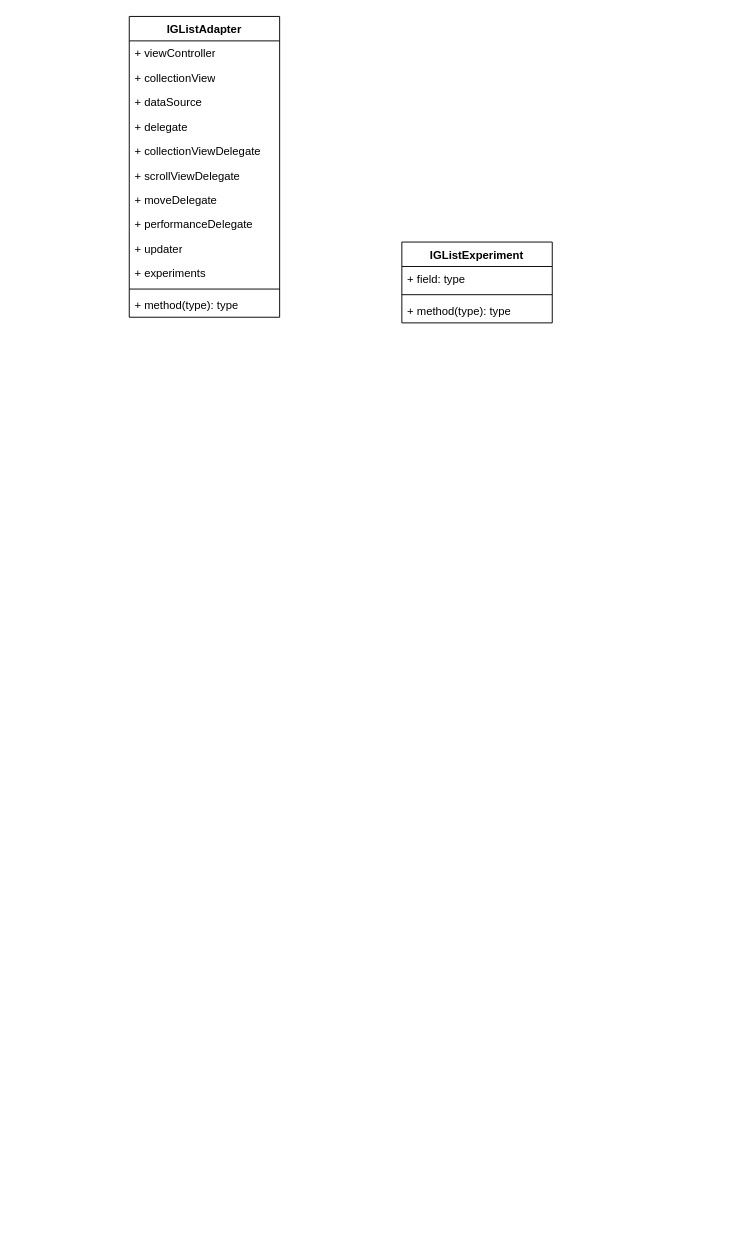
Earlier version of the draw.io diagram iglist.drawio (baochuquan/drawio). Source tidied: cells renumbered, new cells numbered last; positions are measured from the earlier drawing's top-left corner, leaving out a move shared by most shapes. Both pictures are drawn from the tidied source at 94%, with x=0, y=0 at pixel (129, 16).
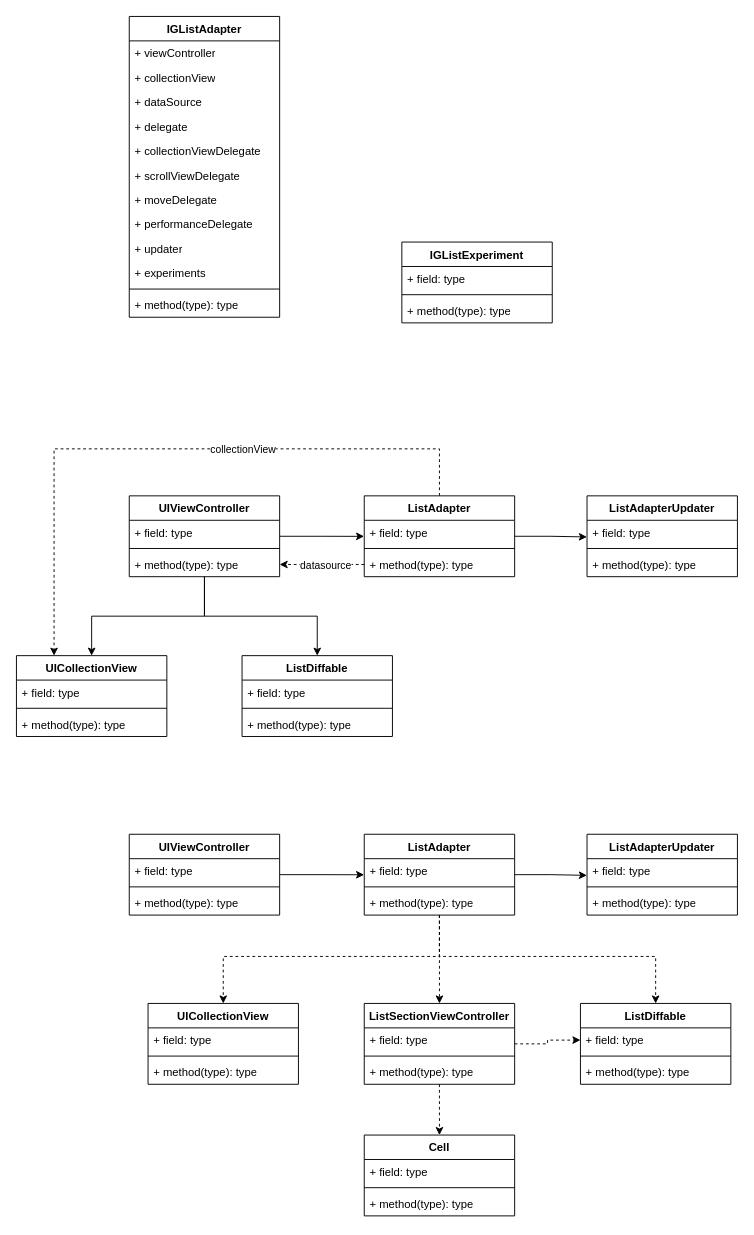
Above is the later version.

Diff of the diagram source:
```diff
@@
+    <mxCell id="19" style="edgeStyle=orthogonalEdgeStyle;rounded=0;jettySize=auto;html=1;entryX=-0.001;entryY=0.658;entryDx=0;entryDy=0;entryPerimeter=0;" parent="1" edge="1" source="22" target="30">
+      <mxGeometry relative="1" as="geometry" />
+    </mxCell>
+    <mxCell id="20" style="edgeStyle=orthogonalEdgeStyle;rounded=0;jettySize=auto;html=1;" parent="1" edge="1" source="22" target="39">
+      <mxGeometry relative="1" as="geometry" />
+    </mxCell>
+    <mxCell id="21" style="edgeStyle=orthogonalEdgeStyle;rounded=0;jettySize=auto;html=1;entryX=0.5;entryY=0;entryDx=0;entryDy=0;" parent="1" edge="1" source="22" target="43">
+      <mxGeometry relative="1" as="geometry" />
+    </mxCell>
+    <mxCell id="22" value="UIViewController" style="swimlane;fontStyle=1;align=center;verticalAlign=top;horizontal=1;startSize=26;whiteSpace=wrap;html=1;" parent="1" vertex="1">
+      <mxGeometry y="510" width="160" height="86" as="geometry" />
+    </mxCell>
+    <mxCell id="23" value="+ field: type" style="text;strokeColor=none;fillColor=none;align=left;verticalAlign=top;spacingLeft=4;spacingRight=4;overflow=hidden;whiteSpace=wrap;html=1;" parent="22" vertex="1">
+      <mxGeometry y="26" width="160" height="26" as="geometry" />
+    </mxCell>
+    <mxCell id="24" style="line;strokeWidth=1;fillColor=none;align=left;verticalAlign=middle;spacingTop=-1;spacingLeft=3;spacingRight=3;labelPosition=right;strokeColor=inherit;" parent="22" vertex="1">
+      <mxGeometry y="52" width="160" height="8" as="geometry" />
+    </mxCell>
+    <mxCell id="25" value="+ method(type): type" style="text;strokeColor=none;fillColor=none;align=left;verticalAlign=top;spacingLeft=4;spacingRight=4;overflow=hidden;points=[[0,0.5],[1,0.5]];portConstraint=eastwest;whiteSpace=wrap;html=1;" parent="22" vertex="1">
+      <mxGeometry y="60" width="160" height="26" as="geometry" />
+    </mxCell>
+    <mxCell id="26" style="edgeStyle=orthogonalEdgeStyle;rounded=0;jettySize=auto;html=1;entryX=-0.001;entryY=0.682;entryDx=0;entryDy=0;entryPerimeter=0;" parent="1" edge="1" source="29" target="36">
+      <mxGeometry relative="1" as="geometry" />
+    </mxCell>
+    <mxCell id="27" style="edgeStyle=orthogonalEdgeStyle;rounded=0;jettySize=auto;html=1;entryX=0.25;entryY=0;entryDx=0;entryDy=0;dashed=1;" parent="1" edge="1" source="29" target="39">
+      <mxGeometry relative="1" as="geometry">
+        <Array as="points">
+          <mxPoint x="330" y="460" />
+          <mxPoint x="-80" y="460" />
+        </Array>
+      </mxGeometry>
+    </mxCell>
+    <mxCell id="28" value="collectionView" style="edgeLabel;html=1;align=center;verticalAlign=middle;" parent="27" vertex="1">
+      <mxGeometry x="-0.23" y="1" relative="1" as="geometry">
+        <mxPoint x="2" y="-1" as="offset" />
+      </mxGeometry>
+    </mxCell>
+    <mxCell id="29" value="ListAdapter" style="swimlane;fontStyle=1;align=center;verticalAlign=top;horizontal=1;startSize=26;whiteSpace=wrap;html=1;" parent="1" vertex="1">
+      <mxGeometry x="250" y="510" width="160" height="86" as="geometry" />
+    </mxCell>
+    <mxCell id="30" value="+ field: type" style="text;strokeColor=none;fillColor=none;align=left;verticalAlign=top;spacingLeft=4;spacingRight=4;overflow=hidden;points=[[0,0.5],[1,0.5]];portConstraint=eastwest;whiteSpace=wrap;html=1;" parent="29" vertex="1">
+      <mxGeometry y="26" width="160" height="26" as="geometry" />
+    </mxCell>
+    <mxCell id="31" style="line;strokeWidth=1;fillColor=none;align=left;verticalAlign=middle;spacingTop=-1;spacingLeft=3;spacingRight=3;labelPosition=right;strokeColor=inherit;" parent="29" vertex="1">
+      <mxGeometry y="52" width="160" height="8" as="geometry" />
+    </mxCell>
+    <mxCell id="32" value="+ method(type): type" style="text;strokeColor=none;fillColor=none;align=left;verticalAlign=top;spacingLeft=4;spacingRight=4;overflow=hidden;points=[[0,0.5],[1,0.5]];portConstraint=eastwest;whiteSpace=wrap;html=1;" parent="29" vertex="1">
+      <mxGeometry y="60" width="160" height="26" as="geometry" />
+    </mxCell>
+    <mxCell id="33" style="edgeStyle=orthogonalEdgeStyle;rounded=0;jettySize=auto;html=1;exitX=0;exitY=0.5;exitDx=0;exitDy=0;entryX=1;entryY=0.5;entryDx=0;entryDy=0;dashed=1;" parent="1" edge="1" source="32" target="25">
+      <mxGeometry relative="1" as="geometry" />
+    </mxCell>
+    <mxCell id="34" value="datasource" style="edgeLabel;html=1;align=center;verticalAlign=middle;" parent="33" vertex="1">
+      <mxGeometry x="-0.06" relative="1" as="geometry" />
+    </mxCell>
+    <mxCell id="35" value="ListAdapterUpdater" style="swimlane;fontStyle=1;align=center;verticalAlign=top;horizontal=1;startSize=26;whiteSpace=wrap;html=1;" parent="1" vertex="1">
+      <mxGeometry x="487" y="510" width="160" height="86" as="geometry" />
+    </mxCell>
+    <mxCell id="36" value="+ field: type" style="text;strokeColor=none;fillColor=none;align=left;verticalAlign=top;spacingLeft=4;spacingRight=4;overflow=hidden;points=[[0,0.5],[1,0.5]];portConstraint=eastwest;whiteSpace=wrap;html=1;" parent="35" vertex="1">
+      <mxGeometry y="26" width="160" height="26" as="geometry" />
+    </mxCell>
+    <mxCell id="37" style="line;strokeWidth=1;fillColor=none;align=left;verticalAlign=middle;spacingTop=-1;spacingLeft=3;spacingRight=3;labelPosition=right;strokeColor=inherit;" parent="35" vertex="1">
+      <mxGeometry y="52" width="160" height="8" as="geometry" />
+    </mxCell>
+    <mxCell id="38" value="+ method(type): type" style="text;strokeColor=none;fillColor=none;align=left;verticalAlign=top;spacingLeft=4;spacingRight=4;overflow=hidden;whiteSpace=wrap;html=1;" parent="35" vertex="1">
+      <mxGeometry y="60" width="160" height="26" as="geometry" />
+    </mxCell>
+    <mxCell id="39" value="UICollectionView" style="swimlane;fontStyle=1;align=center;verticalAlign=top;horizontal=1;startSize=26;whiteSpace=wrap;html=1;" parent="1" vertex="1">
+      <mxGeometry x="-120" y="680" width="160" height="86" as="geometry" />
+    </mxCell>
+    <mxCell id="40" value="+ field: type" style="text;strokeColor=none;fillColor=none;align=left;verticalAlign=top;spacingLeft=4;spacingRight=4;overflow=hidden;whiteSpace=wrap;html=1;" parent="39" vertex="1">
+      <mxGeometry y="26" width="160" height="26" as="geometry" />
+    </mxCell>
+    <mxCell id="41" style="line;strokeWidth=1;fillColor=none;align=left;verticalAlign=middle;spacingTop=-1;spacingLeft=3;spacingRight=3;labelPosition=right;strokeColor=inherit;" parent="39" vertex="1">
+      <mxGeometry y="52" width="160" height="8" as="geometry" />
+    </mxCell>
+    <mxCell id="42" value="+ method(type): type" style="text;strokeColor=none;fillColor=none;align=left;verticalAlign=top;spacingLeft=4;spacingRight=4;overflow=hidden;whiteSpace=wrap;html=1;" parent="39" vertex="1">
+      <mxGeometry y="60" width="160" height="26" as="geometry" />
+    </mxCell>
+    <mxCell id="43" value="ListDiffable" style="swimlane;fontStyle=1;align=center;verticalAlign=top;horizontal=1;startSize=26;whiteSpace=wrap;html=1;" parent="1" vertex="1">
+      <mxGeometry x="120" y="680" width="160" height="86" as="geometry" />
+    </mxCell>
+    <mxCell id="44" value="+ field: type" style="text;strokeColor=none;fillColor=none;align=left;verticalAlign=top;spacingLeft=4;spacingRight=4;overflow=hidden;whiteSpace=wrap;html=1;" parent="43" vertex="1">
+      <mxGeometry y="26" width="160" height="26" as="geometry" />
+    </mxCell>
+    <mxCell id="45" style="line;strokeWidth=1;fillColor=none;align=left;verticalAlign=middle;spacingTop=-1;spacingLeft=3;spacingRight=3;labelPosition=right;strokeColor=inherit;" parent="43" vertex="1">
+      <mxGeometry y="52" width="160" height="8" as="geometry" />
+    </mxCell>
+    <mxCell id="46" value="+ method(type): type" style="text;strokeColor=none;fillColor=none;align=left;verticalAlign=top;spacingLeft=4;spacingRight=4;overflow=hidden;whiteSpace=wrap;html=1;" parent="43" vertex="1">
+      <mxGeometry y="60" width="160" height="26" as="geometry" />
+    </mxCell>
+    <mxCell id="47" style="edgeStyle=orthogonalEdgeStyle;rounded=0;jettySize=auto;html=1;entryX=-0.001;entryY=0.658;entryDx=0;entryDy=0;entryPerimeter=0;" parent="1" edge="1" source="48" target="57">
+      <mxGeometry relative="1" as="geometry" />
+    </mxCell>
+    <mxCell id="48" value="UIViewController" style="swimlane;fontStyle=1;align=center;verticalAlign=top;horizontal=1;startSize=26;whiteSpace=wrap;html=1;" parent="1" vertex="1">
+      <mxGeometry y="870" width="160" height="86" as="geometry" />
+    </mxCell>
+    <mxCell id="49" value="+ field: type" style="text;strokeColor=none;fillColor=none;align=left;verticalAlign=top;spacingLeft=4;spacingRight=4;overflow=hidden;whiteSpace=wrap;html=1;" parent="48" vertex="1">
+      <mxGeometry y="26" width="160" height="26" as="geometry" />
+    </mxCell>
+    <mxCell id="50" style="line;strokeWidth=1;fillColor=none;align=left;verticalAlign=middle;spacingTop=-1;spacingLeft=3;spacingRight=3;labelPosition=right;strokeColor=inherit;" parent="48" vertex="1">
+      <mxGeometry y="52" width="160" height="8" as="geometry" />
+    </mxCell>
+    <mxCell id="51" value="+ method(type): type" style="text;strokeColor=none;fillColor=none;align=left;verticalAlign=top;spacingLeft=4;spacingRight=4;overflow=hidden;whiteSpace=wrap;html=1;" parent="48" vertex="1">
+      <mxGeometry y="60" width="160" height="26" as="geometry" />
+    </mxCell>
+    <mxCell id="52" style="edgeStyle=orthogonalEdgeStyle;rounded=0;jettySize=auto;html=1;entryX=-0.001;entryY=0.682;entryDx=0;entryDy=0;entryPerimeter=0;" parent="1" edge="1" source="56" target="61">
+      <mxGeometry relative="1" as="geometry" />
+    </mxCell>
+    <mxCell id="53" style="edgeStyle=orthogonalEdgeStyle;rounded=0;jettySize=auto;html=1;dashed=1;" parent="1" edge="1" source="56" target="64">
+      <mxGeometry relative="1" as="geometry">
+        <Array as="points">
+          <mxPoint x="330" y="1000" />
+          <mxPoint x="100" y="1000" />
+        </Array>
+      </mxGeometry>
+    </mxCell>
+    <mxCell id="54" style="edgeStyle=orthogonalEdgeStyle;rounded=0;jettySize=auto;html=1;dashed=1;" parent="1" edge="1" source="56" target="68">
+      <mxGeometry relative="1" as="geometry">
+        <Array as="points">
+          <mxPoint x="330" y="1000" />
+          <mxPoint x="560" y="1000" />
+        </Array>
+      </mxGeometry>
+    </mxCell>
+    <mxCell id="55" style="edgeStyle=orthogonalEdgeStyle;rounded=0;jettySize=auto;html=1;dashed=1;" parent="1" edge="1" source="56" target="74">
+      <mxGeometry relative="1" as="geometry" />
+    </mxCell>
+    <mxCell id="56" value="ListAdapter" style="swimlane;fontStyle=1;align=center;verticalAlign=top;horizontal=1;startSize=26;whiteSpace=wrap;html=1;" parent="1" vertex="1">
+      <mxGeometry x="250" y="870" width="160" height="86" as="geometry" />
+    </mxCell>
+    <mxCell id="57" value="+ field: type" style="text;strokeColor=none;fillColor=none;align=left;verticalAlign=top;spacingLeft=4;spacingRight=4;overflow=hidden;points=[[0,0.5],[1,0.5]];portConstraint=eastwest;whiteSpace=wrap;html=1;" parent="56" vertex="1">
+      <mxGeometry y="26" width="160" height="26" as="geometry" />
+    </mxCell>
+    <mxCell id="58" style="line;strokeWidth=1;fillColor=none;align=left;verticalAlign=middle;spacingTop=-1;spacingLeft=3;spacingRight=3;labelPosition=right;strokeColor=inherit;" parent="56" vertex="1">
+      <mxGeometry y="52" width="160" height="8" as="geometry" />
+    </mxCell>
+    <mxCell id="59" value="+ method(type): type" style="text;strokeColor=none;fillColor=none;align=left;verticalAlign=top;spacingLeft=4;spacingRight=4;overflow=hidden;whiteSpace=wrap;html=1;" parent="56" vertex="1">
+      <mxGeometry y="60" width="160" height="26" as="geometry" />
+    </mxCell>
+    <mxCell id="60" value="ListAdapterUpdater" style="swimlane;fontStyle=1;align=center;verticalAlign=top;horizontal=1;startSize=26;whiteSpace=wrap;html=1;" parent="1" vertex="1">
+      <mxGeometry x="487" y="870" width="160" height="86" as="geometry" />
+    </mxCell>
+    <mxCell id="61" value="+ field: type" style="text;strokeColor=none;fillColor=none;align=left;verticalAlign=top;spacingLeft=4;spacingRight=4;overflow=hidden;points=[[0,0.5],[1,0.5]];portConstraint=eastwest;whiteSpace=wrap;html=1;" parent="60" vertex="1">
+      <mxGeometry y="26" width="160" height="26" as="geometry" />
+    </mxCell>
+    <mxCell id="62" style="line;strokeWidth=1;fillColor=none;align=left;verticalAlign=middle;spacingTop=-1;spacingLeft=3;spacingRight=3;labelPosition=right;strokeColor=inherit;" parent="60" vertex="1">
+      <mxGeometry y="52" width="160" height="8" as="geometry" />
+    </mxCell>
+    <mxCell id="63" value="+ method(type): type" style="text;strokeColor=none;fillColor=none;align=left;verticalAlign=top;spacingLeft=4;spacingRight=4;overflow=hidden;whiteSpace=wrap;html=1;" parent="60" vertex="1">
+      <mxGeometry y="60" width="160" height="26" as="geometry" />
+    </mxCell>
+    <mxCell id="64" value="UICollectionView" style="swimlane;fontStyle=1;align=center;verticalAlign=top;horizontal=1;startSize=26;whiteSpace=wrap;html=1;" parent="1" vertex="1">
+      <mxGeometry x="20" y="1050" width="160" height="86" as="geometry" />
+    </mxCell>
+    <mxCell id="65" value="+ field: type" style="text;strokeColor=none;fillColor=none;align=left;verticalAlign=top;spacingLeft=4;spacingRight=4;overflow=hidden;whiteSpace=wrap;html=1;" parent="64" vertex="1">
+      <mxGeometry y="26" width="160" height="26" as="geometry" />
+    </mxCell>
+    <mxCell id="66" style="line;strokeWidth=1;fillColor=none;align=left;verticalAlign=middle;spacingTop=-1;spacingLeft=3;spacingRight=3;labelPosition=right;strokeColor=inherit;" parent="64" vertex="1">
+      <mxGeometry y="52" width="160" height="8" as="geometry" />
+    </mxCell>
+    <mxCell id="67" value="+ method(type): type" style="text;strokeColor=none;fillColor=none;align=left;verticalAlign=top;spacingLeft=4;spacingRight=4;overflow=hidden;whiteSpace=wrap;html=1;" parent="64" vertex="1">
+      <mxGeometry y="60" width="160" height="26" as="geometry" />
+    </mxCell>
+    <mxCell id="68" value="ListDiffable" style="swimlane;fontStyle=1;align=center;verticalAlign=top;horizontal=1;startSize=26;whiteSpace=wrap;html=1;" parent="1" vertex="1">
+      <mxGeometry x="480" y="1050" width="160" height="86" as="geometry" />
+    </mxCell>
+    <mxCell id="69" value="+ field: type" style="text;strokeColor=none;fillColor=none;align=left;verticalAlign=top;spacingLeft=4;spacingRight=4;overflow=hidden;points=[[0,0.5],[1,0.5]];portConstraint=eastwest;whiteSpace=wrap;html=1;" parent="68" vertex="1">
+      <mxGeometry y="26" width="160" height="26" as="geometry" />
+    </mxCell>
+    <mxCell id="70" style="line;strokeWidth=1;fillColor=none;align=left;verticalAlign=middle;spacingTop=-1;spacingLeft=3;spacingRight=3;labelPosition=right;strokeColor=inherit;" parent="68" vertex="1">
+      <mxGeometry y="52" width="160" height="8" as="geometry" />
+    </mxCell>
+    <mxCell id="71" value="+ method(type): type" style="text;strokeColor=none;fillColor=none;align=left;verticalAlign=top;spacingLeft=4;spacingRight=4;overflow=hidden;whiteSpace=wrap;html=1;" parent="68" vertex="1">
+      <mxGeometry y="60" width="160" height="26" as="geometry" />
+    </mxCell>
+    <mxCell id="72" style="edgeStyle=orthogonalEdgeStyle;rounded=0;jettySize=auto;html=1;dashed=1;" parent="1" edge="1" source="74" target="78">
+      <mxGeometry relative="1" as="geometry" />
+    </mxCell>
+    <mxCell id="73" style="edgeStyle=orthogonalEdgeStyle;rounded=0;jettySize=auto;html=1;entryX=0;entryY=0.5;entryDx=0;entryDy=0;dashed=1;" parent="1" edge="1" source="74" target="69">
+      <mxGeometry relative="1" as="geometry" />
+    </mxCell>
+    <mxCell id="74" value="ListSectionViewController" style="swimlane;fontStyle=1;align=center;verticalAlign=top;horizontal=1;startSize=26;whiteSpace=wrap;html=1;" parent="1" vertex="1">
+      <mxGeometry x="250" y="1050" width="160" height="86" as="geometry" />
+    </mxCell>
+    <mxCell id="75" value="+ field: type" style="text;strokeColor=none;fillColor=none;align=left;verticalAlign=top;spacingLeft=4;spacingRight=4;overflow=hidden;whiteSpace=wrap;html=1;" parent="74" vertex="1">
+      <mxGeometry y="26" width="160" height="26" as="geometry" />
+    </mxCell>
+    <mxCell id="76" style="line;strokeWidth=1;fillColor=none;align=left;verticalAlign=middle;spacingTop=-1;spacingLeft=3;spacingRight=3;labelPosition=right;strokeColor=inherit;" parent="74" vertex="1">
+      <mxGeometry y="52" width="160" height="8" as="geometry" />
+    </mxCell>
+    <mxCell id="77" value="+ method(type): type" style="text;strokeColor=none;fillColor=none;align=left;verticalAlign=top;spacingLeft=4;spacingRight=4;overflow=hidden;whiteSpace=wrap;html=1;" parent="74" vertex="1">
+      <mxGeometry y="60" width="160" height="26" as="geometry" />
+    </mxCell>
+    <mxCell id="78" value="Cell" style="swimlane;fontStyle=1;align=center;verticalAlign=top;horizontal=1;startSize=26;whiteSpace=wrap;html=1;" parent="1" vertex="1">
+      <mxGeometry x="250" y="1190" width="160" height="86" as="geometry" />
+    </mxCell>
+    <mxCell id="79" value="+ field: type" style="text;strokeColor=none;fillColor=none;align=left;verticalAlign=top;spacingLeft=4;spacingRight=4;overflow=hidden;whiteSpace=wrap;html=1;" parent="78" vertex="1">
+      <mxGeometry y="26" width="160" height="26" as="geometry" />
+    </mxCell>
+    <mxCell id="80" style="line;strokeWidth=1;fillColor=none;align=left;verticalAlign=middle;spacingTop=-1;spacingLeft=3;spacingRight=3;labelPosition=right;strokeColor=inherit;" parent="78" vertex="1">
+      <mxGeometry y="52" width="160" height="8" as="geometry" />
+    </mxCell>
+    <mxCell id="81" value="+ method(type): type" style="text;strokeColor=none;fillColor=none;align=left;verticalAlign=top;spacingLeft=4;spacingRight=4;overflow=hidden;whiteSpace=wrap;html=1;" parent="78" vertex="1">
+      <mxGeometry y="60" width="160" height="26" as="geometry" />
+    </mxCell>
```
